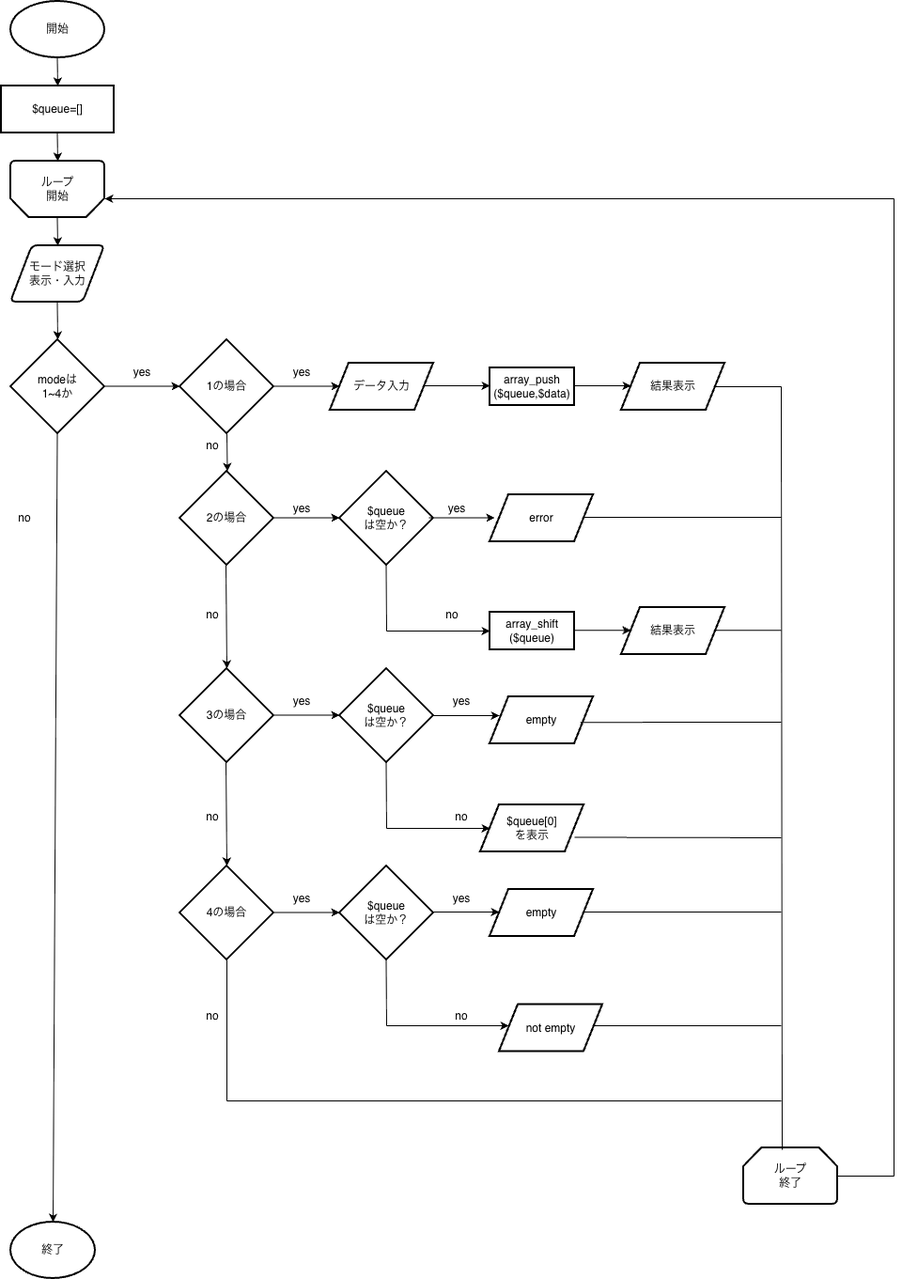
namp7119/php-kiso keeps this draw.io diagram as 5-7/lesson03.png. Above is the earlier version. Source tidied: cells renumbered, new cells last; positions are measured from the earlier drawing's top-left corner, leaving out a move shared by most shapes.
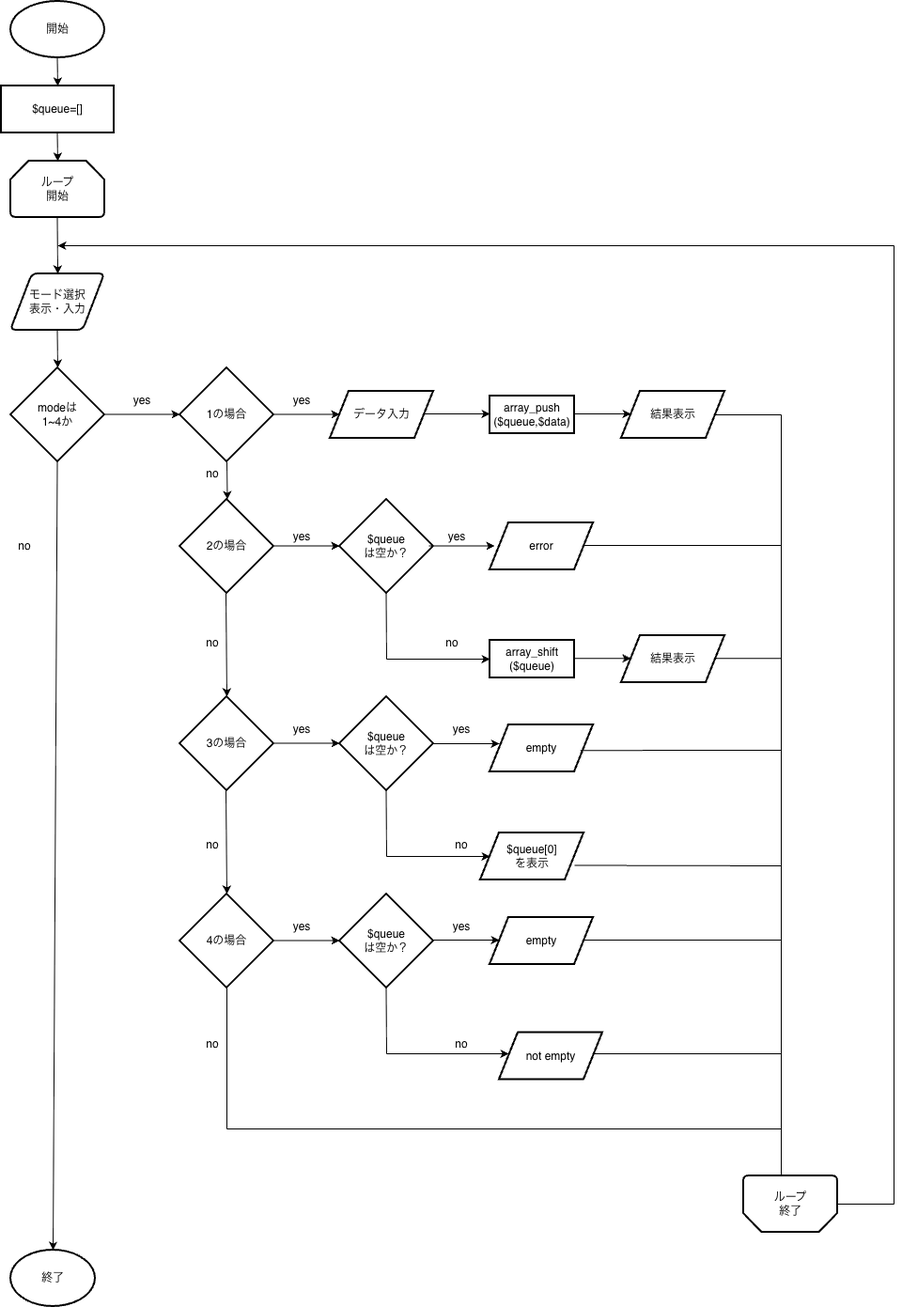
Later version of the same file.

What changed in the source:
```diff
@@ -4,19 +4,18 @@
     <mxCell id="1" parent="0" />
     <mxCell id="2" style="endArrow=classic;html=1;rounded=0;" parent="1" edge="1">
       <mxGeometry relative="1" as="geometry">
-        <mxPoint x="59.5" y="60" as="sourcePoint" />
-        <mxPoint x="60" y="90" as="targetPoint" />
+        <mxPoint x="59.5" y="30" as="sourcePoint" />
+        <mxPoint x="60" y="60" as="targetPoint" />
         <Array as="points">
-          <mxPoint x="59.5" y="60" />
+          <mxPoint x="59.5" y="30" />
         </Array>
       </mxGeometry>
     </mxCell>
-    <mxCell id="3" style="endArrow=classic;html=1;rounded=0;" parent="1" edge="1">
+    <mxCell id="3" style="endArrow=classic;html=1;rounded=0;entryX=0.5;entryY=0;entryDx=0;entryDy=0;" parent="1" edge="1" target="16">
       <mxGeometry relative="1" as="geometry">
-        <mxPoint x="59.5" y="230" as="sourcePoint" />
-        <mxPoint x="60" y="260" as="targetPoint" />
+        <mxPoint x="59.5" y="200" as="sourcePoint" />
         <Array as="points">
-          <mxPoint x="59.5" y="230" />
+          <mxPoint x="59.5" y="200" />
         </Array>
       </mxGeometry>
     </mxCell>
@@ -73,10 +72,10 @@
     </mxCell>
     <mxCell id="15" style="endArrow=classic;html=1;rounded=0;" parent="1" edge="1">
       <mxGeometry relative="1" as="geometry">
-        <mxPoint x="59.5" y="140" as="sourcePoint" />
-        <mxPoint x="60" y="170" as="targetPoint" />
+        <mxPoint x="59.5" y="110" as="sourcePoint" />
+        <mxPoint x="60" y="140" as="targetPoint" />
         <Array as="points">
-          <mxPoint x="59.5" y="140" />
+          <mxPoint x="59.5" y="110" />
         </Array>
       </mxGeometry>
     </mxCell>
@@ -84,7 +83,7 @@
       <mxGeometry x="10" y="260" width="100" height="60" as="geometry" />
     </mxCell>
     <mxCell id="17" value="開始" style="strokeWidth=2;html=1;shape=mxgraph.flowchart.start_1;whiteSpace=wrap;" parent="1" vertex="1">
-      <mxGeometry x="10" width="100" height="60" as="geometry" />
+      <mxGeometry x="10" y="-30" width="100" height="60" as="geometry" />
     </mxCell>
     <mxCell id="18" style="edgeStyle=none;curved=1;rounded=0;orthogonalLoop=1;jettySize=auto;html=1;fontSize=12;startSize=8;endSize=8;" parent="1" edge="1">
       <mxGeometry relative="1" as="geometry">
@@ -98,11 +97,11 @@
         <mxPoint x="60" y="90" as="targetPoint" />
       </mxGeometry>
     </mxCell>
-    <mxCell id="20" style="strokeWidth=2;html=1;shape=mxgraph.flowchart.loop_limit;whiteSpace=wrap;rotation=-180;" parent="1" vertex="1">
-      <mxGeometry x="10" y="170" width="100" height="60" as="geometry" />
+    <mxCell id="20" style="strokeWidth=2;html=1;shape=mxgraph.flowchart.loop_limit;whiteSpace=wrap;rotation=-180;direction=west;" parent="1" vertex="1">
+      <mxGeometry x="10" y="140" width="100" height="60" as="geometry" />
     </mxCell>
     <mxCell id="21" value="ループ&lt;div&gt;開始&lt;/div&gt;" style="text;html=1;whiteSpace=wrap;strokeColor=none;fillColor=none;align=center;verticalAlign=middle;rounded=0;" parent="1" vertex="1">
-      <mxGeometry x="30" y="185" width="60" height="30" as="geometry" />
+      <mxGeometry x="30" y="155" width="60" height="30" as="geometry" />
     </mxCell>
     <mxCell id="22" value="modeは&lt;div&gt;1~4か&lt;/div&gt;" style="strokeWidth=2;html=1;shape=mxgraph.flowchart.decision;whiteSpace=wrap;direction=south;" parent="1" vertex="1">
       <mxGeometry x="10" y="360" width="100" height="100" as="geometry" />
@@ -119,7 +118,7 @@
       </mxGeometry>
     </mxCell>
     <mxCell id="25" style="verticalLabelPosition=bottom;verticalAlign=top;html=1;shape=mxgraph.basic.rect;fillColor2=none;strokeWidth=2;size=20;indent=5;" parent="1" vertex="1">
-      <mxGeometry y="90" width="120" height="50" as="geometry" />
+      <mxGeometry y="60" width="120" height="50" as="geometry" />
     </mxCell>
     <mxCell id="26" value="1の場合" style="strokeWidth=2;html=1;shape=mxgraph.flowchart.decision;whiteSpace=wrap;direction=south;" parent="1" vertex="1">
       <mxGeometry x="190" y="360" width="100" height="100" as="geometry" />
@@ -328,7 +327,7 @@
         <mxPoint x="830" y="1090" as="targetPoint" />
       </mxGeometry>
     </mxCell>
-    <mxCell id="64" value="ループ&lt;div&gt;終了&lt;/div&gt;" style="strokeWidth=2;html=1;shape=mxgraph.flowchart.loop_limit;whiteSpace=wrap;" parent="1" vertex="1">
+    <mxCell id="64" value="ループ&lt;div&gt;終了&lt;/div&gt;" style="strokeWidth=2;html=1;shape=mxgraph.flowchart.loop_limit;whiteSpace=wrap;direction=west;" parent="1" vertex="1">
       <mxGeometry x="790" y="1220" width="100" height="60" as="geometry" />
     </mxCell>
     <mxCell id="65" style="endArrow=none;html=1;rounded=0;fontSize=12;startSize=8;endSize=8;curved=1;" parent="1" edge="1">
@@ -347,7 +346,7 @@
       </mxGeometry>
     </mxCell>
     <mxCell id="68" value="$queue=[]" style="text;html=1;whiteSpace=wrap;strokeColor=none;fillColor=none;align=center;verticalAlign=middle;rounded=0;" parent="1" vertex="1">
-      <mxGeometry x="30" y="100" width="60" height="30" as="geometry" />
+      <mxGeometry x="30" y="70" width="60" height="30" as="geometry" />
     </mxCell>
     <mxCell id="69" style="endArrow=classic;html=1;rounded=0;" parent="1" edge="1">
       <mxGeometry relative="1" as="geometry">
@@ -397,7 +396,7 @@
         </Array>
       </mxGeometry>
     </mxCell>
-    <mxCell id="78" style="endArrow=none;html=1;rounded=0;exitX=0.41;exitY=0.033;exitDx=0;exitDy=0;exitPerimeter=0;" parent="1" edge="1" source="64">
+    <mxCell id="78" style="endArrow=none;html=1;rounded=0;exitX=0.6;exitY=1;exitDx=0;exitDy=0;exitPerimeter=0;" parent="1" edge="1" source="64">
       <mxGeometry relative="1" as="geometry">
         <mxPoint x="830" y="410" as="targetPoint" />
       </mxGeometry>
@@ -410,14 +409,14 @@
     </mxCell>
     <mxCell id="80" style="endArrow=classic;html=1;rounded=0;" parent="1" edge="1">
       <mxGeometry relative="1" as="geometry">
-        <mxPoint x="950" y="210" as="sourcePoint" />
-        <mxPoint x="110" y="210" as="targetPoint" />
+        <mxPoint x="950" y="230" as="sourcePoint" />
+        <mxPoint x="60" y="230" as="targetPoint" />
       </mxGeometry>
     </mxCell>
     <mxCell id="81" style="endArrow=none;html=1;rounded=0;" parent="1" edge="1">
       <mxGeometry relative="1" as="geometry">
         <mxPoint x="950" y="1250" as="sourcePoint" />
-        <mxPoint x="950" y="210" as="targetPoint" />
+        <mxPoint x="950" y="230" as="targetPoint" />
       </mxGeometry>
     </mxCell>
     <mxCell id="82" style="endArrow=classic;html=1;rounded=0;" parent="1" edge="1">
```
